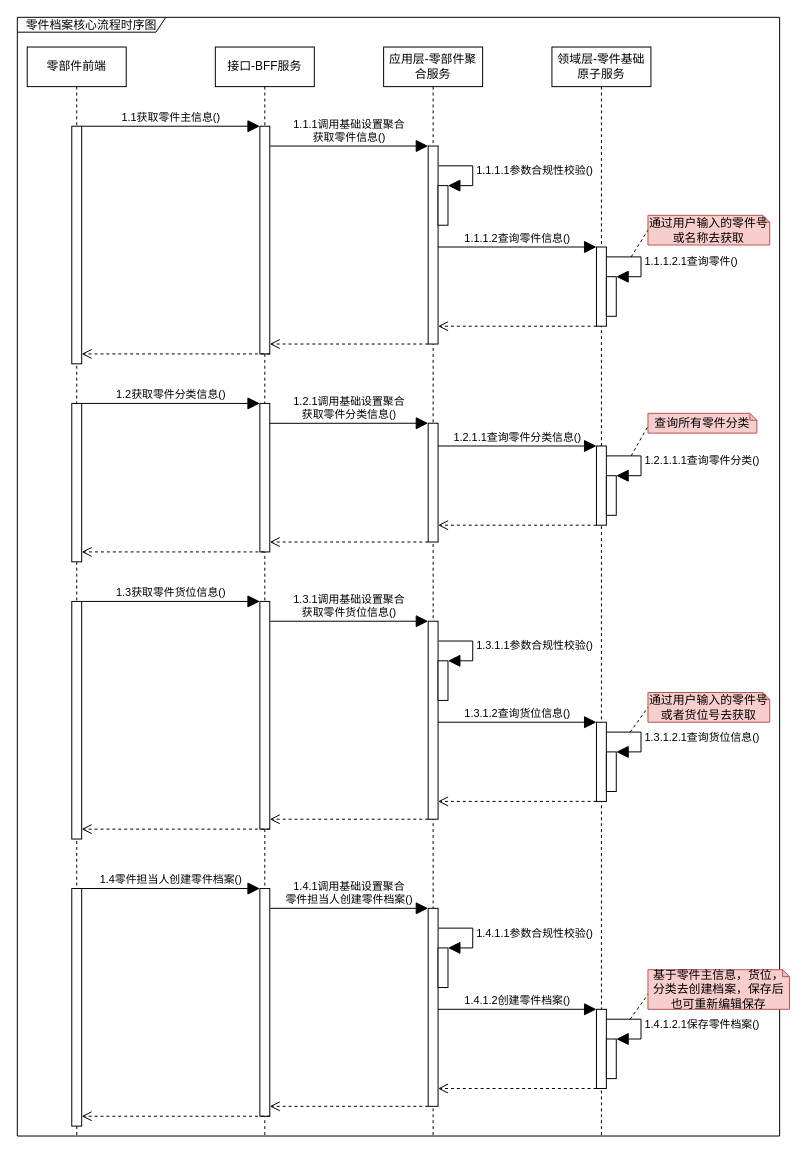
This is page "零件档案管理-行为图" (2 of 4) of 库存管理-零件档案管理.drawio from 1132489442/gitRepository1, a draw.io file, before an edit. Source tidied: cells renumbered, new cells numbered last; positions are measured from the earlier drawing's top-left corner, leaving out a move shared by most shapes. Both pictures are drawn from the tidied source at 99%, with x=0, y=0 at pixel (17, 17).
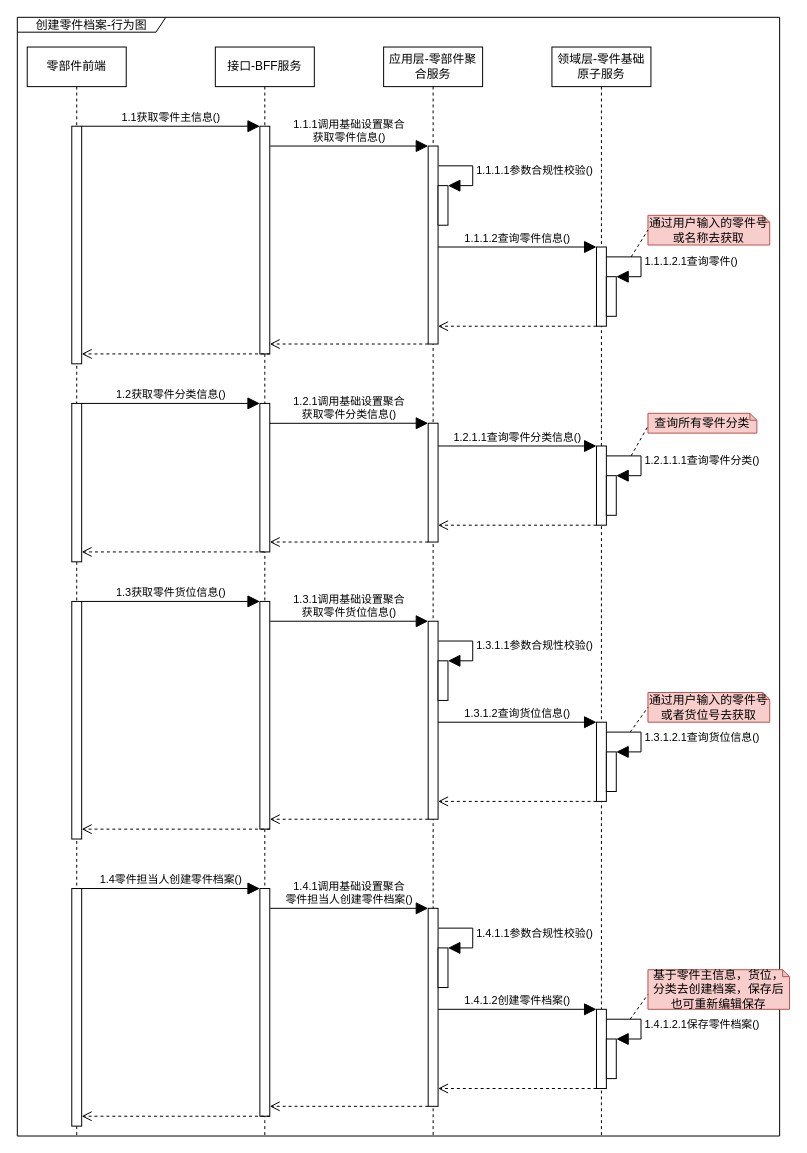
After the change.

Commit message:
更新库存管理-零件档案管理.drawio

The edit, as a diff of the source:
```diff
@@
-    <mxCell id="7" value="零件档案核心流程时序图" style="shape=umlFrame;whiteSpace=wrap;html=1;fillColor=#FFFFFF;width=150;height=15;" parent="1" vertex="1">
+    <mxCell id="7" value="创建零件档案-行为图" style="shape=umlFrame;whiteSpace=wrap;html=1;fillColor=#FFFFFF;width=150;height=15;" parent="1" vertex="1">
       <mxGeometry width="770" height="1130" as="geometry" />
     </mxCell>
```
